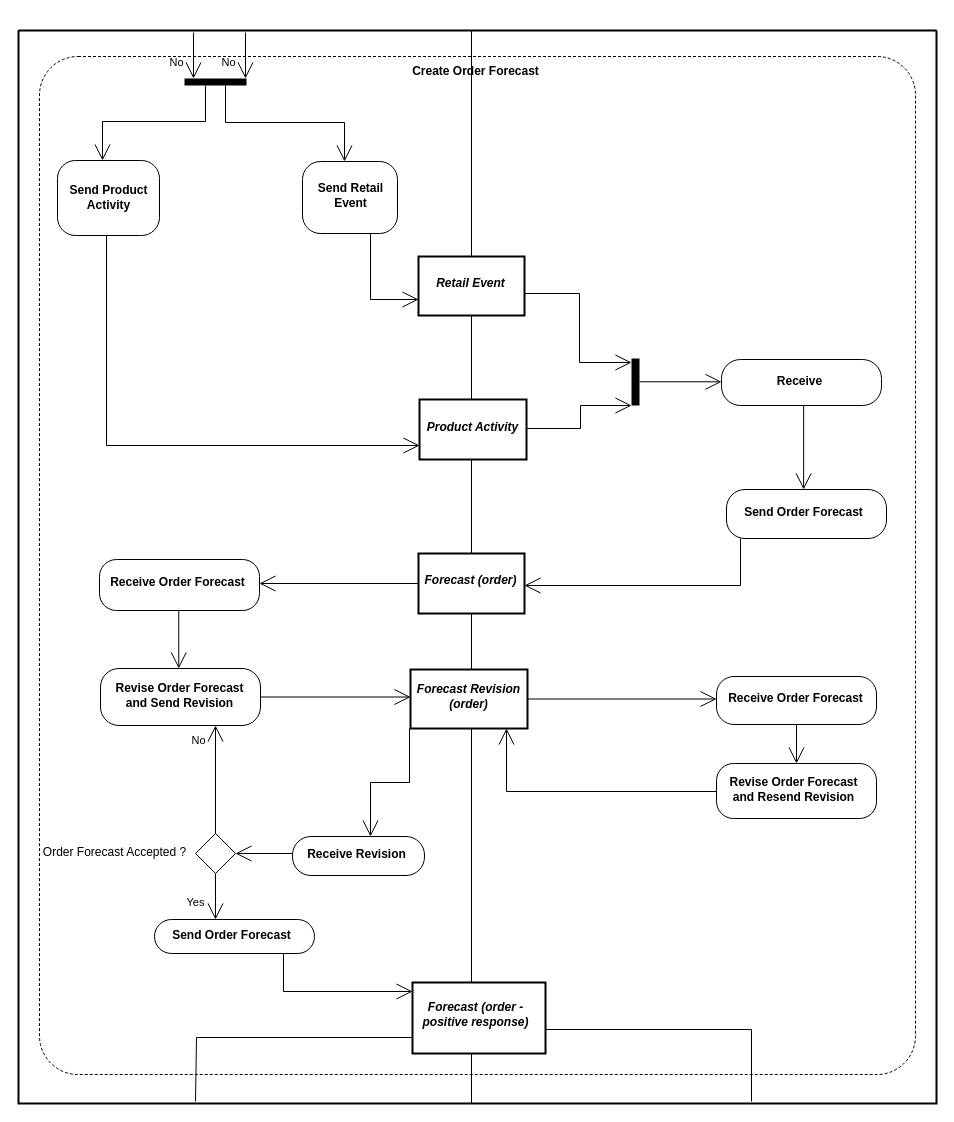
Earlier version of the draw.io diagram diagrams/UBL-2.2-CPFR-CreateOrderForecast/UBL-2.2-CPFR-CreateOrderForecast.drawio (kduvekot/ubl-work-on-svg-images). Source tidied: cells renumbered, new cells numbered last; positions are measured from the earlier drawing's top-left corner, leaving out a move shared by most shapes. Both pictures are drawn from the tidied source at 100%, with x=0, y=0 at pixel (18, 30).
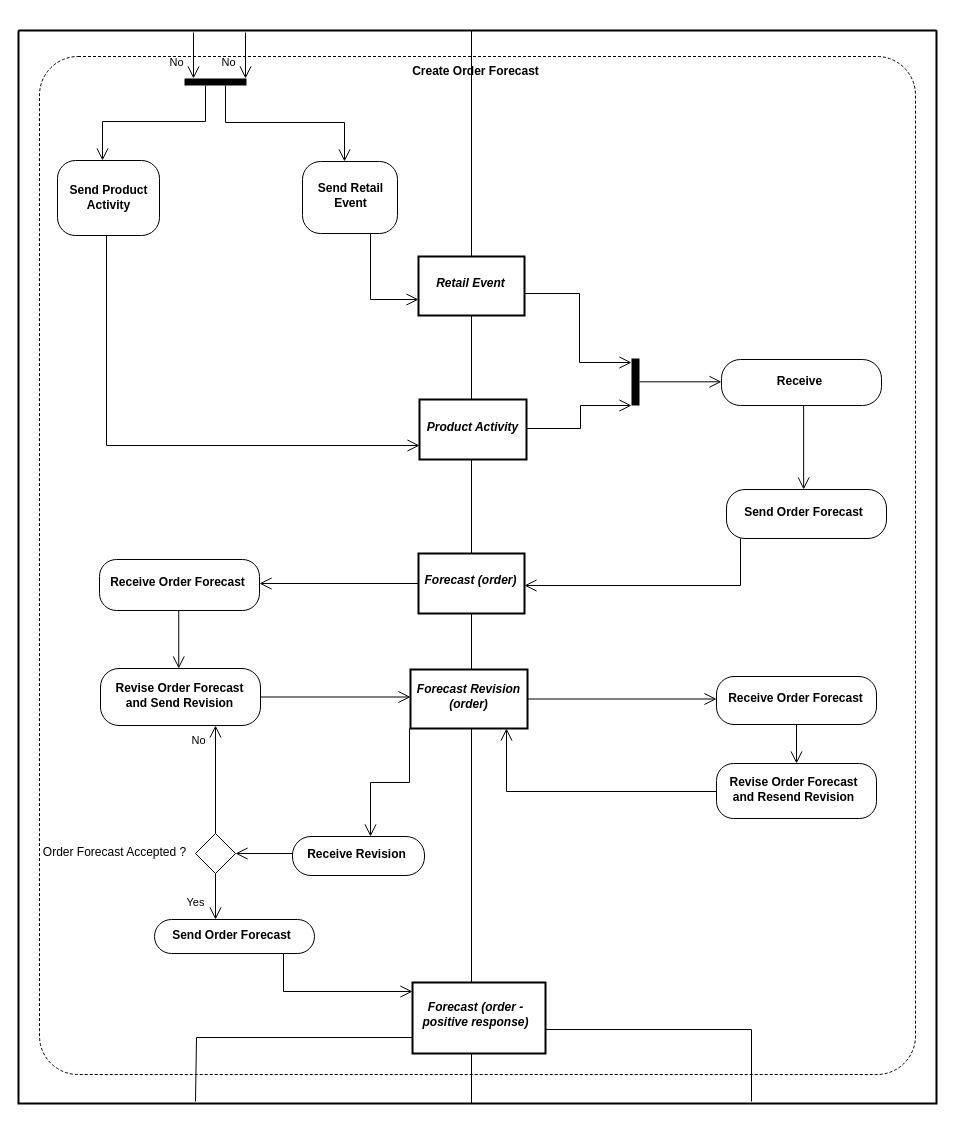
Above is the later version.

Unchanged cells that the change refers to:
```xml
<mxCell id="2" style="swimlane;html=1;startSize=0;whiteSpace=wrap;fillColor=none;strokeWidth=2;" parent="1" vertex="1">
  <mxGeometry width="918" height="1073" as="geometry" />
</mxCell>
<mxCell id="4" style="swimlane;horizontal=1;startSize=22;swimlaneLine=0;html=1;fillColor=none;fontStyle=0;spacing=0;spacingRight=2;" parent="2" vertex="1">
  <mxGeometry width="453" height="1073" as="geometry" />
</mxCell>
<mxCell id="5" style="swimlane;horizontal=1;startSize=22;swimlaneLine=0;html=1;fillColor=none;fontStyle=0;spacing=0;spacingLeft=1;" parent="2" vertex="1">
  <mxGeometry x="453" width="465" height="1073" as="geometry" />
</mxCell>
<mxCell id="6" style="html=1;points=[[0.145161,0],[0.33871,1],[0.66129,1],[0.983871,0]];perimeter=orthogonalPerimeter;fillColor=#000000;strokeColor=none;" parent="4" vertex="1">
  <mxGeometry x="166" y="48" width="62" height="7" as="geometry" />
</mxCell>
<mxCell id="7" value="Send Product&lt;br&gt;Activity" style="rounded=1;absoluteArcSize=1;arcSize=36;html=1;whiteSpace=nowrap;fontStyle=1;align=center;verticalAlign=middle;spacing=0;spacingRight=1;spacingBottom=2;" parent="4" vertex="1">
  <mxGeometry x="39" y="130" width="102" height="75" as="geometry" />
</mxCell>
<mxCell id="8" value="Send Retail&lt;br&gt;Event" style="rounded=1;absoluteArcSize=1;arcSize=36;html=1;whiteSpace=nowrap;fontStyle=1;align=center;verticalAlign=middle;spacing=0;spacingBottom=4;" parent="4" vertex="1">
  <mxGeometry x="284" y="131" width="95" height="72" as="geometry" />
</mxCell>
<mxCell id="9" value="Retail Event" style="rounded=0;html=1;whiteSpace=nowrap;fontStyle=3;align=center;verticalAlign=middle;spacing=0;spacingRight=3;spacingBottom=6;strokeWidth=2;" parent="5" vertex="1">
  <mxGeometry x="-53" y="226" width="106" height="59" as="geometry" />
</mxCell>
<mxCell id="10" style="html=1;points=[[0,0.085106],[0,1],[1,0.495762]];perimeter=orthogonalPerimeter;fillColor=#000000;strokeColor=none;" parent="5" vertex="1">
  <mxGeometry x="160" y="328" width="8" height="47" as="geometry" />
</mxCell>
<mxCell id="11" value="Receive" style="rounded=1;absoluteArcSize=1;arcSize=38;html=1;whiteSpace=nowrap;fontStyle=1;align=center;verticalAlign=middle;spacing=0;spacingRight=4;spacingBottom=2;" parent="5" vertex="1">
  <mxGeometry x="250" y="329" width="160" height="46" as="geometry" />
</mxCell>
<mxCell id="12" value="Product Activity" style="rounded=0;html=1;whiteSpace=nowrap;fontStyle=3;align=center;verticalAlign=middle;spacing=0;spacingRight=2;spacingBottom=5;strokeWidth=2;" parent="5" vertex="1">
  <mxGeometry x="-52" y="369" width="107" height="60" as="geometry" />
</mxCell>
<mxCell id="13" value="Send Order Forecast" style="rounded=1;absoluteArcSize=1;arcSize=37;html=1;whiteSpace=nowrap;fontStyle=1;align=center;verticalAlign=middle;spacing=0;spacingRight=6;spacingBottom=3;" parent="5" vertex="1">
  <mxGeometry x="255" y="459" width="160" height="49" as="geometry" />
</mxCell>
<mxCell id="14" value="Forecast (order)" style="rounded=0;html=1;whiteSpace=nowrap;fontStyle=3;align=center;verticalAlign=middle;spacing=0;spacingRight=2;spacingBottom=7;strokeWidth=2;" parent="5" vertex="1">
  <mxGeometry x="-53" y="523" width="106" height="60" as="geometry" />
</mxCell>
<mxCell id="15" value="Receive Order Forecast" style="rounded=1;absoluteArcSize=1;arcSize=34;html=1;whiteSpace=nowrap;fontStyle=1;align=center;verticalAlign=middle;spacing=0;spacingRight=5;spacingBottom=5;" parent="4" vertex="1">
  <mxGeometry x="81" y="529" width="160" height="51" as="geometry" />
</mxCell>
<mxCell id="16" value="Revise Order Forecast&lt;br&gt;and Send Revision" style="rounded=1;absoluteArcSize=1;arcSize=37;html=1;whiteSpace=nowrap;fontStyle=1;align=center;verticalAlign=middle;spacing=0;spacingRight=2;spacingBottom=3;" parent="4" vertex="1">
  <mxGeometry x="82" y="638" width="160" height="57" as="geometry" />
</mxCell>
<mxCell id="17" value="Forecast Revision&lt;br&gt;(order)" style="rounded=0;html=1;whiteSpace=nowrap;fontStyle=3;align=center;verticalAlign=middle;spacing=0;spacingRight=2;spacingBottom=5;strokeWidth=2;" parent="5" vertex="1">
  <mxGeometry x="-61" y="639" width="117" height="59" as="geometry" />
</mxCell>
<mxCell id="18" value="Receive Order Forecast" style="rounded=1;absoluteArcSize=1;arcSize=35;html=1;whiteSpace=nowrap;fontStyle=1;align=center;verticalAlign=middle;spacing=0;spacingRight=2;spacingBottom=5;" parent="5" vertex="1">
  <mxGeometry x="245" y="646" width="160" height="48" as="geometry" />
</mxCell>
<mxCell id="19" value="Revise Order Forecast&lt;br&gt;and Resend Revision" style="rounded=1;absoluteArcSize=1;arcSize=34;html=1;whiteSpace=nowrap;fontStyle=1;align=center;verticalAlign=middle;spacing=0;spacingRight=7;spacingBottom=4;" parent="5" vertex="1">
  <mxGeometry x="245" y="733" width="160" height="55" as="geometry" />
</mxCell>
<mxCell id="20" value="Order Forecast Accepted ?" style="rhombus;html=1;whiteSpace=nowrap;fontStyle=0;align=center;verticalAlign=middle;spacing=0;spacingRight=203;spacingBottom=2;" parent="4" vertex="1">
  <mxGeometry x="177" y="803" width="40" height="40" as="geometry" />
</mxCell>
<mxCell id="21" value="Receive Revision" style="rounded=1;absoluteArcSize=1;arcSize=37;html=1;whiteSpace=nowrap;fontStyle=1;align=center;verticalAlign=middle;spacing=0;spacingRight=4;spacingBottom=3;" parent="4" vertex="1">
  <mxGeometry x="274" y="806" width="132" height="39" as="geometry" />
</mxCell>
<mxCell id="22" value="Send Order Forecast" style="rounded=1;absoluteArcSize=1;arcSize=34;html=1;whiteSpace=nowrap;fontStyle=1;align=center;verticalAlign=middle;spacing=0;spacingRight=6;spacingBottom=2;" parent="4" vertex="1">
  <mxGeometry x="136" y="889" width="160" height="34" as="geometry" />
</mxCell>
<mxCell id="23" value="Forecast (order -&lt;br&gt;positive response)" style="rounded=0;html=1;whiteSpace=nowrap;fontStyle=3;align=center;verticalAlign=middle;spacing=0;spacingRight=8;spacingBottom=7;strokeWidth=2;" parent="5" vertex="1">
  <mxGeometry x="-59" y="952" width="133" height="71" as="geometry" />
</mxCell>
```

Change to the diagram source:
```diff
@@
-    <mxCell id="24" style="edgeStyle=orthogonalEdgeStyle;rounded=0;html=1;endArrow=open;endFill=0;endSize=14;exitPerimeter=0;entryPerimeter=0;exitX=0.33871;exitY=1;entryX=0.441176;entryY=0;" parent="4" edge="1" source="6" target="7">
+    <mxCell id="24" style="edgeStyle=orthogonalEdgeStyle;rounded=0;html=1;endArrow=open;endFill=0;endSize=10;exitPerimeter=0;entryPerimeter=0;exitX=0.33871;exitY=1;entryX=0.441176;entryY=0;" parent="4" edge="1" source="6" target="7">
       <mxGeometry relative="1" as="geometry">
         <Array as="points">
           <mxPoint x="187" y="91" />
           <mxPoint x="84" y="91" />
         </Array>
       </mxGeometry>
     </mxCell>
-    <mxCell id="25" style="edgeStyle=orthogonalEdgeStyle;rounded=0;html=1;endArrow=open;endFill=0;endSize=14;exitPerimeter=0;entryPerimeter=0;exitX=0.66129;exitY=1;entryX=0.442105;entryY=0;" parent="4" edge="1" source="6" target="8">
+    <mxCell id="25" style="edgeStyle=orthogonalEdgeStyle;rounded=0;html=1;endArrow=open;endFill=0;endSize=10;exitPerimeter=0;entryPerimeter=0;exitX=0.66129;exitY=1;entryX=0.442105;entryY=0;" parent="4" edge="1" source="6" target="8">
       <mxGeometry relative="1" as="geometry">
         <Array as="points">
           <mxPoint x="207" y="92" />
           <mxPoint x="326" y="92" />
         </Array>
       </mxGeometry>
     </mxCell>
-    <mxCell id="26" style="edgeStyle=orthogonalEdgeStyle;rounded=0;html=1;endArrow=open;endFill=0;endSize=14;exitPerimeter=0;entryPerimeter=0;exitX=0.715789;exitY=1;entryX=0;entryY=0.728814;" parent="2" edge="1" source="8" target="9">
+    <mxCell id="26" style="edgeStyle=orthogonalEdgeStyle;rounded=0;html=1;endArrow=open;endFill=0;endSize=10;exitPerimeter=0;entryPerimeter=0;exitX=0.715789;exitY=1;entryX=0;entryY=0.728814;" parent="2" edge="1" source="8" target="9">
       <mxGeometry relative="1" as="geometry">
         <Array as="points">
           <mxPoint x="352" y="269" />
         </Array>
       </mxGeometry>
     </mxCell>
-    <mxCell id="27" style="edgeStyle=orthogonalEdgeStyle;rounded=0;html=1;endArrow=open;endFill=0;endSize=14;exitPerimeter=0;entryPerimeter=0;exitX=0.480392;exitY=1;entryX=0;entryY=0.766667;" parent="2" edge="1" source="7" target="12">
+    <mxCell id="27" style="edgeStyle=orthogonalEdgeStyle;rounded=0;html=1;endArrow=open;endFill=0;endSize=10;exitPerimeter=0;entryPerimeter=0;exitX=0.480392;exitY=1;entryX=0;entryY=0.766667;" parent="2" edge="1" source="7" target="12">
       <mxGeometry relative="1" as="geometry">
         <Array as="points">
           <mxPoint x="88" y="415" />
         </Array>
       </mxGeometry>
     </mxCell>
-    <mxCell id="28" style="edgeStyle=orthogonalEdgeStyle;rounded=0;html=1;endArrow=open;endFill=0;endSize=14;exitPerimeter=0;entryPerimeter=0;exitX=1;exitY=0.627119;entryX=0;entryY=0.085106;" parent="5" edge="1" source="9" target="10">
+    <mxCell id="28" style="edgeStyle=orthogonalEdgeStyle;rounded=0;html=1;endArrow=open;endFill=0;endSize=10;exitPerimeter=0;entryPerimeter=0;exitX=1;exitY=0.627119;entryX=0;entryY=0.085106;" parent="5" edge="1" source="9" target="10">
       <mxGeometry relative="1" as="geometry">
         <Array as="points">
           <mxPoint x="108" y="263" />
           <mxPoint x="108" y="332" />
         </Array>
       </mxGeometry>
     </mxCell>
-    <mxCell id="29" style="edgeStyle=none;rounded=0;html=1;endArrow=open;endFill=0;endSize=14;exitPerimeter=0;entryX=0;entryY=0.4848;entryPerimeter=0;exitX=1;exitY=0.495762;" parent="5" edge="1" source="10" target="11">
+    <mxCell id="29" style="edgeStyle=none;rounded=0;html=1;endArrow=open;endFill=0;endSize=10;exitPerimeter=0;entryX=0;entryY=0.4848;entryPerimeter=0;exitX=1;exitY=0.495762;" parent="5" edge="1" source="10" target="11">
       <mxGeometry relative="1" as="geometry" />
     </mxCell>
-    <mxCell id="30" style="edgeStyle=orthogonalEdgeStyle;rounded=0;html=1;endArrow=open;endFill=0;endSize=14;exitPerimeter=0;entryPerimeter=0;exitX=1;exitY=0.483333;entryX=0;entryY=1;" parent="5" edge="1" source="12" target="10">
+    <mxCell id="30" style="edgeStyle=orthogonalEdgeStyle;rounded=0;html=1;endArrow=open;endFill=0;endSize=10;exitPerimeter=0;entryPerimeter=0;exitX=1;exitY=0.483333;entryX=0;entryY=1;" parent="5" edge="1" source="12" target="10">
       <mxGeometry relative="1" as="geometry">
         <Array as="points">
           <mxPoint x="109" y="398" />
           <mxPoint x="109" y="375" />
         </Array>
       </mxGeometry>
     </mxCell>
-    <mxCell id="31" style="edgeStyle=none;rounded=0;html=1;endArrow=open;endFill=0;endSize=14;exitPerimeter=0;entryX=0.4822;entryY=0;entryPerimeter=0;exitX=0.51345;exitY=1;" parent="5" edge="1" source="11" target="13">
+    <mxCell id="31" style="edgeStyle=none;rounded=0;html=1;endArrow=open;endFill=0;endSize=10;exitPerimeter=0;entryX=0.4822;entryY=0;entryPerimeter=0;exitX=0.51345;exitY=1;" parent="5" edge="1" source="11" target="13">
       <mxGeometry relative="1" as="geometry" />
     </mxCell>
-    <mxCell id="32" style="edgeStyle=orthogonalEdgeStyle;rounded=0;html=1;endArrow=open;endFill=0;endSize=14;exitPerimeter=0;entryPerimeter=0;exitX=0.0875;exitY=1;entryX=1;entryY=0.533333;" parent="5" edge="1" source="13" target="14">
+    <mxCell id="32" style="edgeStyle=orthogonalEdgeStyle;rounded=0;html=1;endArrow=open;endFill=0;endSize=10;exitPerimeter=0;entryPerimeter=0;exitX=0.0875;exitY=1;entryX=1;entryY=0.533333;" parent="5" edge="1" source="13" target="14">
       <mxGeometry relative="1" as="geometry">
         <Array as="points">
           <mxPoint x="269" y="555" />
         </Array>
       </mxGeometry>
     </mxCell>
-    <mxCell id="33" style="edgeStyle=none;rounded=0;html=1;endArrow=open;endFill=0;endSize=14;exitX=0;exitY=0.5;exitPerimeter=0;entryPerimeter=0;entryX=1;entryY=0.470588;" parent="2" edge="1" source="14" target="15">
+    <mxCell id="33" style="edgeStyle=none;rounded=0;html=1;endArrow=open;endFill=0;endSize=10;exitX=0;exitY=0.5;exitPerimeter=0;entryPerimeter=0;entryX=1;entryY=0.470588;" parent="2" edge="1" source="14" target="15">
       <mxGeometry relative="1" as="geometry" />
     </mxCell>
-    <mxCell id="34" style="edgeStyle=none;rounded=0;html=1;endArrow=open;endFill=0;endSize=14;exitPerimeter=0;entryX=0.4891;entryY=0;entryPerimeter=0;exitX=0.49535;exitY=1;" parent="4" edge="1" source="15" target="16">
+    <mxCell id="34" style="edgeStyle=none;rounded=0;html=1;endArrow=open;endFill=0;endSize=10;exitPerimeter=0;entryX=0.4891;entryY=0;entryPerimeter=0;exitX=0.49535;exitY=1;" parent="4" edge="1" source="15" target="16">
       <mxGeometry relative="1" as="geometry" />
     </mxCell>
-    <mxCell id="35" style="edgeStyle=none;rounded=0;html=1;endArrow=open;endFill=0;endSize=14;exitX=1;exitY=0.5;exitPerimeter=0;entryPerimeter=0;entryX=0;entryY=0.466102;" parent="2" edge="1" source="16" target="17">
+    <mxCell id="35" style="edgeStyle=none;rounded=0;html=1;endArrow=open;endFill=0;endSize=10;exitX=1;exitY=0.5;exitPerimeter=0;entryPerimeter=0;entryX=0;entryY=0.466102;" parent="2" edge="1" source="16" target="17">
       <mxGeometry relative="1" as="geometry" />
     </mxCell>
-    <mxCell id="36" style="edgeStyle=none;rounded=0;html=1;endArrow=open;endFill=0;endSize=14;exitX=1;exitY=0.5;exitPerimeter=0;entryPerimeter=0;entryX=0;entryY=0.46875;" parent="5" edge="1" source="17" target="18">
+    <mxCell id="36" style="edgeStyle=none;rounded=0;html=1;endArrow=open;endFill=0;endSize=10;exitX=1;exitY=0.5;exitPerimeter=0;entryPerimeter=0;entryX=0;entryY=0.46875;" parent="5" edge="1" source="17" target="18">
       <mxGeometry relative="1" as="geometry" />
     </mxCell>
-    <mxCell id="37" value="No" style="edgeStyle=none;rounded=0;html=1;endArrow=open;endFill=0;endSize=14;exitX=0.5;exitY=0;exitPerimeter=0;entryPerimeter=0;fontStyle=0;align=center;verticalAlign=middle;labelBackgroundColor=none;entryX=0.71875;entryY=1;" parent="4" edge="1" source="20" target="16">
+    <mxCell id="37" value="No" style="edgeStyle=none;rounded=0;html=1;endArrow=open;endFill=0;endSize=10;exitX=0.5;exitY=0;exitPerimeter=0;entryPerimeter=0;fontStyle=0;align=center;verticalAlign=middle;labelBackgroundColor=none;entryX=0.71875;entryY=1;" parent="4" edge="1" source="20" target="16">
       <mxGeometry x="0.73" relative="1" as="geometry">
         <mxPoint x="-17" as="offset" />
       </mxGeometry>
     </mxCell>
-    <mxCell id="38" style="edgeStyle=none;rounded=0;html=1;endArrow=open;endFill=0;endSize=14;exitX=0.5;exitY=1;exitPerimeter=0;entryX=0.5;entryY=0;entryPerimeter=0;" parent="5" edge="1" source="18" target="19">
+    <mxCell id="38" style="edgeStyle=none;rounded=0;html=1;endArrow=open;endFill=0;endSize=10;exitX=0.5;exitY=1;exitPerimeter=0;entryX=0.5;entryY=0;entryPerimeter=0;" parent="5" edge="1" source="18" target="19">
       <mxGeometry relative="1" as="geometry" />
     </mxCell>
-    <mxCell id="39" style="edgeStyle=orthogonalEdgeStyle;rounded=0;html=1;endArrow=open;endFill=0;endSize=14;exitPerimeter=0;entryPerimeter=0;exitX=-0.008547;exitY=1;entryX=0.590909;entryY=0;" parent="2" edge="1" source="17" target="21">
+    <mxCell id="39" style="edgeStyle=orthogonalEdgeStyle;rounded=0;html=1;endArrow=open;endFill=0;endSize=10;exitPerimeter=0;entryPerimeter=0;exitX=-0.008547;exitY=1;entryX=0.590909;entryY=0;" parent="2" edge="1" source="17" target="21">
       <mxGeometry relative="1" as="geometry">
         <Array as="points">
           <mxPoint x="391" y="752" />
           <mxPoint x="352" y="752" />
         </Array>
       </mxGeometry>
     </mxCell>
-    <mxCell id="40" style="edgeStyle=orthogonalEdgeStyle;rounded=0;html=1;endArrow=open;endFill=0;endSize=14;exitPerimeter=0;entryPerimeter=0;exitX=0;exitY=0.509091;entryX=0.820513;entryY=1;" parent="5" edge="1" source="19" target="17">
+    <mxCell id="40" style="edgeStyle=orthogonalEdgeStyle;rounded=0;html=1;endArrow=open;endFill=0;endSize=10;exitPerimeter=0;entryPerimeter=0;exitX=0;exitY=0.509091;entryX=0.820513;entryY=1;" parent="5" edge="1" source="19" target="17">
       <mxGeometry relative="1" as="geometry">
         <Array as="points">
           <mxPoint x="35" y="761" />
         </Array>
       </mxGeometry>
     </mxCell>
-    <mxCell id="41" style="edgeStyle=none;rounded=0;html=1;endArrow=open;endFill=0;endSize=14;exitPerimeter=0;entryX=1;entryY=0.5;entryPerimeter=0;exitX=0;exitY=0.435897;" parent="4" edge="1" source="21" target="20">
+    <mxCell id="41" style="edgeStyle=none;rounded=0;html=1;endArrow=open;endFill=0;endSize=10;exitPerimeter=0;entryX=1;entryY=0.5;entryPerimeter=0;exitX=0;exitY=0.435897;" parent="4" edge="1" source="21" target="20">
       <mxGeometry relative="1" as="geometry" />
     </mxCell>
-    <mxCell id="42" value="Yes" style="edgeStyle=none;rounded=0;html=1;endArrow=open;endFill=0;endSize=14;exitX=0.5;exitY=1;exitPerimeter=0;entryPerimeter=0;fontStyle=0;align=center;verticalAlign=middle;labelBackgroundColor=none;entryX=0.38125;entryY=0;" parent="4" edge="1" source="20" target="22">
+    <mxCell id="42" value="Yes" style="edgeStyle=none;rounded=0;html=1;endArrow=open;endFill=0;endSize=10;exitX=0.5;exitY=1;exitPerimeter=0;entryPerimeter=0;fontStyle=0;align=center;verticalAlign=middle;labelBackgroundColor=none;entryX=0.38125;entryY=0;" parent="4" edge="1" source="20" target="22">
       <mxGeometry x="0.26" relative="1" as="geometry">
         <mxPoint x="-20" as="offset" />
       </mxGeometry>
     </mxCell>
-    <mxCell id="43" style="edgeStyle=orthogonalEdgeStyle;rounded=0;html=1;endArrow=open;endFill=0;endSize=14;exitPerimeter=0;entryPerimeter=0;exitX=0.80625;exitY=1;entryX=0;entryY=0.126761;" parent="2" edge="1" source="22" target="23">
+    <mxCell id="43" style="edgeStyle=orthogonalEdgeStyle;rounded=0;html=1;endArrow=open;endFill=0;endSize=10;exitPerimeter=0;entryPerimeter=0;exitX=0.80625;exitY=1;entryX=0;entryY=0.126761;" parent="2" edge="1" source="22" target="23">
       <mxGeometry relative="1" as="geometry">
         <Array as="points">
           <mxPoint x="265" y="961" />
         </Array>
       </mxGeometry>
     </mxCell>
-    <mxCell id="44" value="No" style="edgeStyle=none;rounded=0;html=1;endArrow=open;endFill=0;endSize=14;fontStyle=0;align=center;verticalAlign=middle;labelBackgroundColor=none;entryPerimeter=0;entryX=0.145161;entryY=0;" parent="4" edge="1" target="6">
+    <mxCell id="44" value="No" style="edgeStyle=none;rounded=0;html=1;endArrow=open;endFill=0;endSize=10;fontStyle=0;align=center;verticalAlign=middle;labelBackgroundColor=none;entryPerimeter=0;entryX=0.145161;entryY=0;" parent="4" edge="1" target="6">
       <mxGeometry x="0.3" relative="1" as="geometry">
         <mxPoint x="175" y="2" as="sourcePoint" />
         <mxPoint x="-17" as="offset" />
       </mxGeometry>
     </mxCell>
-    <mxCell id="45" value="No" style="edgeStyle=none;rounded=0;html=1;endArrow=open;endFill=0;endSize=14;fontStyle=0;align=center;verticalAlign=middle;labelBackgroundColor=none;entryPerimeter=0;entryX=0.983871;entryY=0;" parent="4" edge="1" target="6">
+    <mxCell id="45" value="No" style="edgeStyle=none;rounded=0;html=1;endArrow=open;endFill=0;endSize=10;fontStyle=0;align=center;verticalAlign=middle;labelBackgroundColor=none;entryPerimeter=0;entryX=0.983871;entryY=0;" parent="4" edge="1" target="6">
       <mxGeometry x="0.3" relative="1" as="geometry">
         <mxPoint x="227" y="2" as="sourcePoint" />
         <mxPoint x="-17" as="offset" />
       </mxGeometry>
     </mxCell>
```
